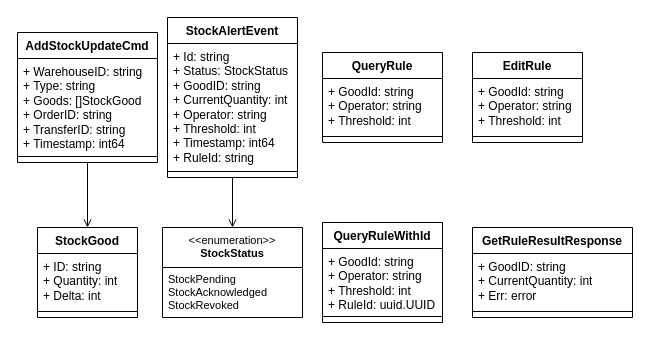
The draw.io diagram page "types" (4 of 4) of assets/drawio/notification.drawio in alimitedgroup/alimitedgroup.github.io, before the edit. Source tidied: cells renumbered, new cells numbered last; positions are measured from the earlier drawing's top-left corner, leaving out a move shared by most shapes. Both pictures are drawn from the tidied source at 100%, with x=0, y=0 at pixel (17, 17).
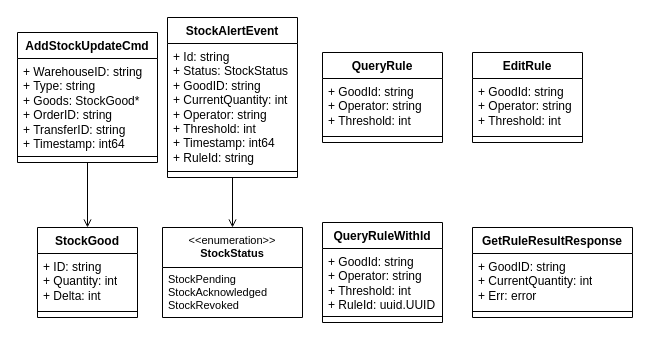
After the change.

The change refers to these unchanged cells:
```xml
<mxCell id="15" value="AddStockUpdateCmd" style="swimlane;fontStyle=1;align=center;verticalAlign=top;horizontal=1;startSize=26;whiteSpace=wrap;html=1;" parent="1" vertex="1">
  <mxGeometry y="15" width="140" height="130" as="geometry" />
</mxCell>
```

Diff of the diagram source:
```diff
@@
-    <mxCell id="16" value="+ WarehouseID: string&lt;br&gt;+ Type: string&lt;br&gt;+ Goods: []StockGood&lt;br&gt;+ OrderID: string&lt;br&gt;+ TransferID: string&lt;br&gt;+ Timestamp: int64" style="text;strokeColor=none;fillColor=none;align=left;verticalAlign=top;spacingLeft=4;spacingRight=4;overflow=hidden;whiteSpace=wrap;html=1;" parent="15" vertex="1">
+    <mxCell id="16" value="+ WarehouseID: string&lt;br&gt;+ Type: string&lt;br&gt;+ Goods: StockGood*&lt;br&gt;+ OrderID: string&lt;br&gt;+ TransferID: string&lt;br&gt;+ Timestamp: int64" style="text;strokeColor=none;fillColor=none;align=left;verticalAlign=top;spacingLeft=4;spacingRight=4;overflow=hidden;whiteSpace=wrap;html=1;" parent="15" vertex="1">
       <mxGeometry y="26" width="140" height="94" as="geometry" />
     </mxCell>
```
